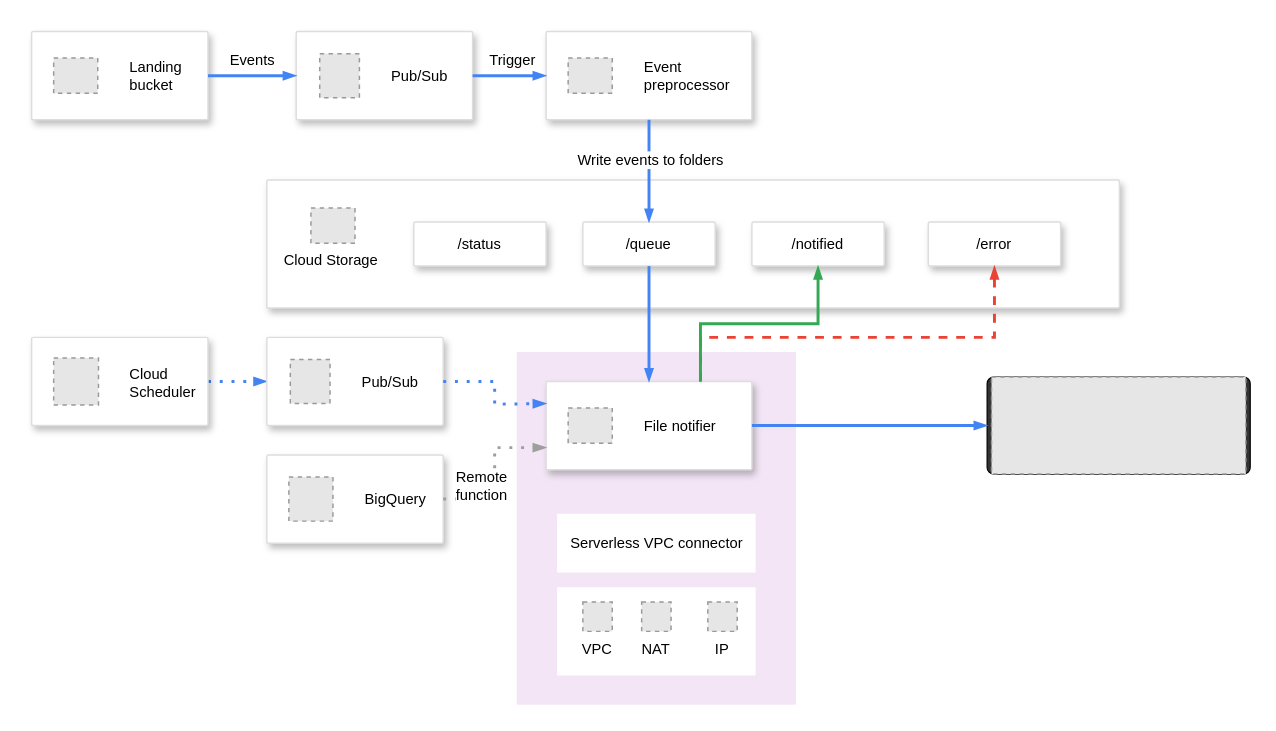
This is cloud_resources/gcp/architecture/gcp_notifier.drawio from agile-data-engine/ade-file-notifier-reference, a draw.io file, before an edit. Source tidied: cells renumbered, new cells numbered last; positions are measured from the earlier drawing's top-left corner, leaving out a move shared by most shapes. Both pictures are drawn from the tidied source at 147%, with x=0, y=0 at pixel (31, 31). Pictures stored in the file or linked from it are replaced by grey dashed boxes.
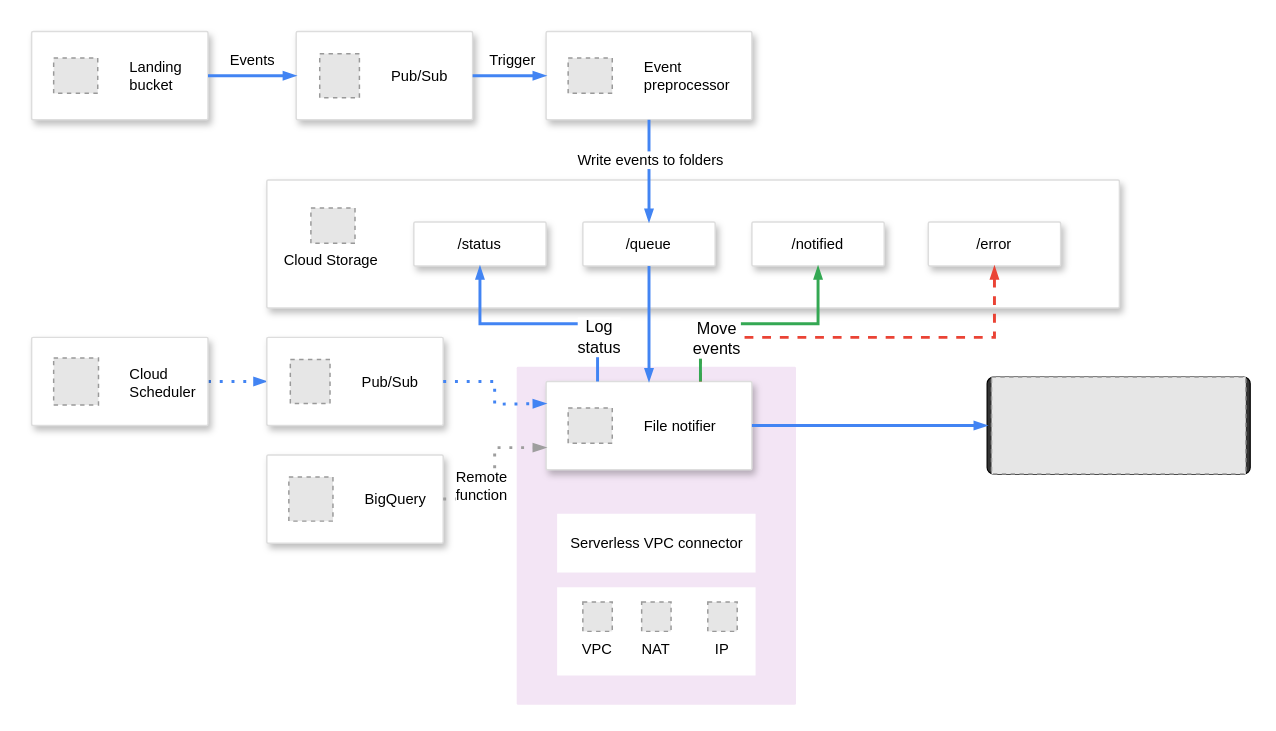
The same page after the edit.

Commit message (it also covers changes not shown here):
added diagram and optional BigQuery module to run notifier from remote function

The change refers to these unchanged cells:
```xml
<mxCell id="5" style="strokeColor=#dddddd;shadow=1;strokeWidth=1;rounded=1;absoluteArcSize=1;arcSize=2;" parent="1" vertex="1">
  <mxGeometry x="350" y="238" width="140" height="60" as="geometry" />
</mxCell>
<mxCell id="11" value="/status" style="strokeColor=#dddddd;shadow=1;strokeWidth=1;rounded=1;absoluteArcSize=1;arcSize=2;fontSize=10;" parent="1" vertex="1">
  <mxGeometry x="260" y="129.5" width="90" height="30" as="geometry" />
</mxCell>
<mxCell id="24" style="edgeStyle=orthogonalEdgeStyle;fontSize=12;html=1;endArrow=blockThin;endFill=1;rounded=0;strokeWidth=2;endSize=4;startSize=4;strokeColor=#34A853;dashed=0;fontColor=#000000;exitX=0.75;exitY=0;exitDx=0;exitDy=0;entryX=0.5;entryY=1;entryDx=0;entryDy=0;" parent="1" edge="1" source="5" target="9">
  <mxGeometry relative="1" as="geometry" />
</mxCell>
```

Change to the diagram source:
```diff
@@
     <mxCell id="2" style="sketch=0;rounded=1;absoluteArcSize=1;arcSize=2;html=1;strokeColor=none;gradientColor=none;shadow=0;dashed=0;fontSize=12;fontColor=#9E9E9E;align=left;verticalAlign=top;spacing=10;spacingTop=-4;fillColor=#F3E5F5;labelBackgroundColor=default;" parent="1" vertex="1">
-      <mxGeometry x="330" y="218" width="190" height="240" as="geometry" />
+      <mxGeometry x="330" y="228" width="190" height="230" as="geometry" />
     </mxCell>
@@
+    <mxCell id="49" value="Move&lt;br&gt;events" style="edgeLabel;html=1;align=center;verticalAlign=middle;" parent="24" vertex="1">
+      <mxGeometry x="-0.66" relative="1" as="geometry">
+        <mxPoint x="10" y="-3" as="offset" />
+      </mxGeometry>
+    </mxCell>
@@
+    <mxCell id="50" style="edgeStyle=orthogonalEdgeStyle;fontSize=12;html=1;endArrow=blockThin;endFill=1;rounded=0;strokeWidth=2;endSize=4;startSize=4;dashed=0;strokeColor=#4284F3;entryX=0.5;entryY=1;entryDx=0;entryDy=0;exitX=0.25;exitY=0;exitDx=0;exitDy=0;" parent="1" edge="1" source="5" target="11">
+      <mxGeometry relative="1" as="geometry" />
+    </mxCell>
+    <mxCell id="51" value="Log&lt;br&gt;status" style="edgeLabel;html=1;align=center;verticalAlign=middle;" parent="50" vertex="1">
+      <mxGeometry x="0.01" y="-2" relative="1" as="geometry">
+        <mxPoint x="41" y="11" as="offset" />
+      </mxGeometry>
+    </mxCell>
```
